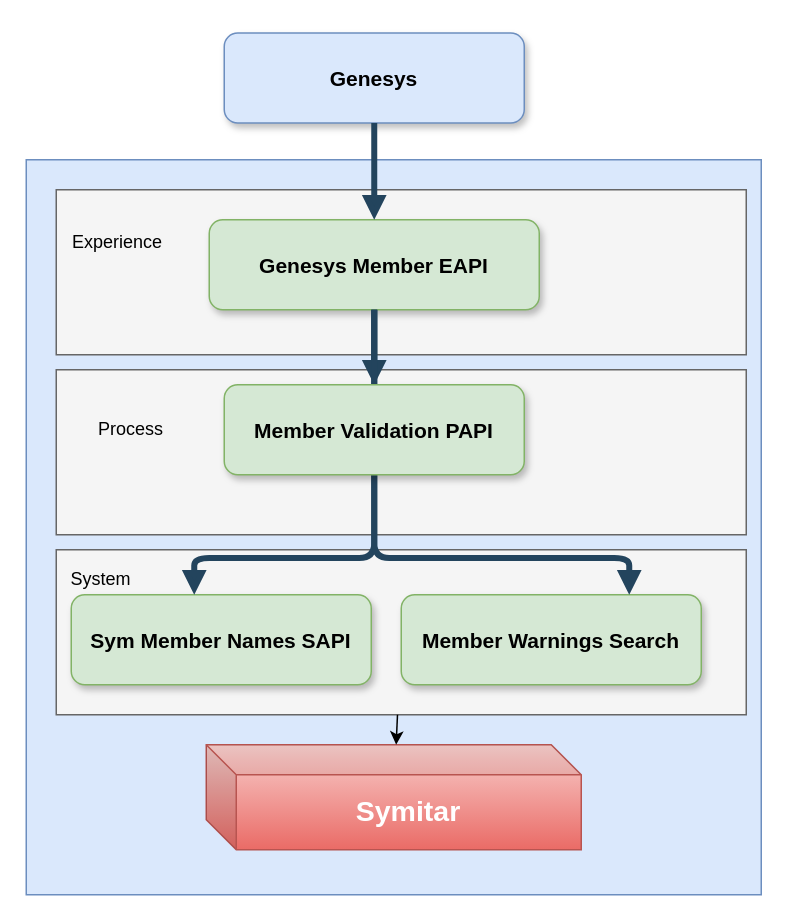
This is Genesys API Diagram.drawio from hmasoudd/genesys-models, a draw.io file, before an edit. Source tidied: cells renumbered, new cells numbered last; positions are measured from the earlier drawing's top-left corner, leaving out a move shared by most shapes. Both pictures are drawn from the tidied source at 150%, with x=0, y=0 at pixel (26, 33).
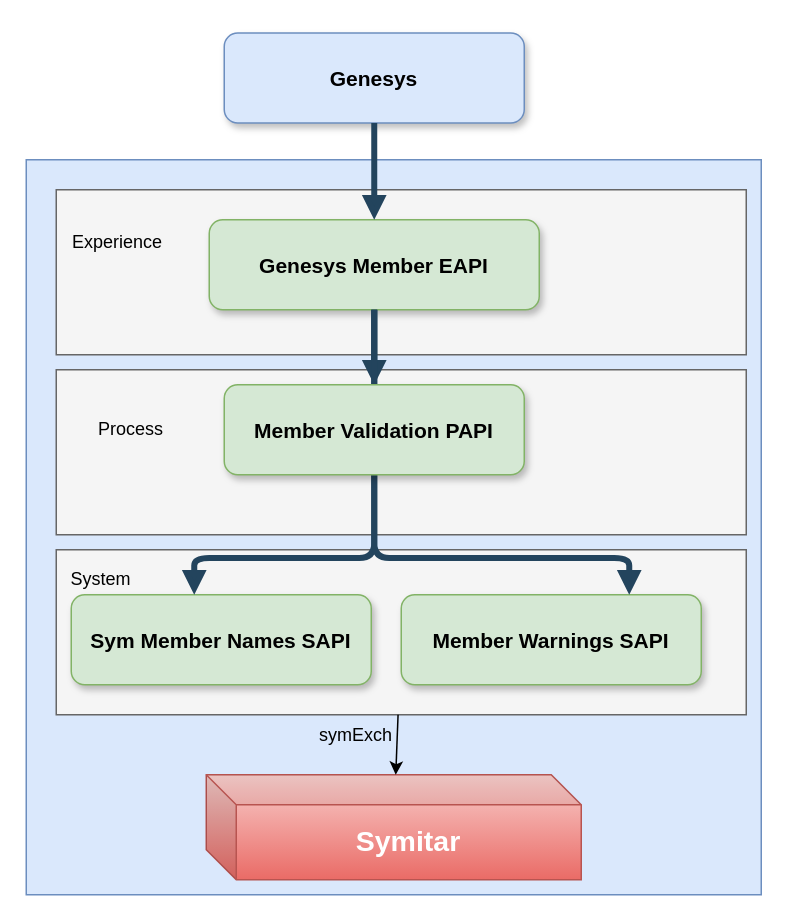
The same page after the edit.

Change to the diagram source:
```diff
@@
-    <mxCell id="9" value="Member Warnings Search" style="rounded=1;fillColor=#d5e8d4;strokeColor=#82b366;shadow=1;fontStyle=1;fontSize=14;" parent="1" vertex="1">
+    <mxCell id="9" value="Member Warnings SAPI" style="rounded=1;fillColor=#d5e8d4;strokeColor=#82b366;shadow=1;fontStyle=1;fontSize=14;" parent="1" vertex="1">
       <mxGeometry x="250" y="374" width="200" height="60" as="geometry" />
     </mxCell>
@@
     <mxCell id="15" value="&lt;b&gt;&lt;font color=&quot;#ffffff&quot; style=&quot;font-size: 19px&quot;&gt;Symitar&lt;/font&gt;&lt;/b&gt;" style="shape=cube;whiteSpace=wrap;html=1;boundedLbl=1;backgroundOutline=1;darkOpacity=0.05;darkOpacity2=0.1;fillColor=#f8cecc;strokeColor=#b85450;gradientColor=#ea6b66;" parent="1" vertex="1">
-      <mxGeometry x="120" y="474" width="250" height="70" as="geometry" />
+      <mxGeometry x="120" y="494" width="250" height="70" as="geometry" />
     </mxCell>
@@
+    <mxCell id="20" value="symExch" style="text;html=1;strokeColor=none;fillColor=none;align=center;verticalAlign=middle;whiteSpace=wrap;rounded=0;" parent="1" vertex="1">
+      <mxGeometry x="200" y="458" width="40" height="20" as="geometry" />
+    </mxCell>
```
